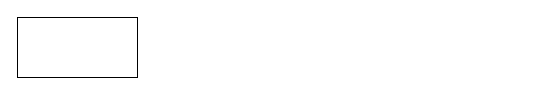
Above: OneID.drawio in fangshigithub/Draw (draw.io), before the change. Source tidied: cells renumbered, new cells numbered last; positions are measured from the earlier drawing's top-left corner, leaving out a move shared by most shapes. Both pictures are drawn from the tidied source at 100%, with x=0, y=0 at pixel (17, 17).
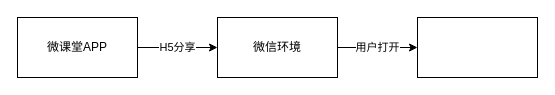
The same page after the edit.

Diff of the diagram source:
```diff
@@
 <mxGraphModel>
   <root>
     <mxCell id="0" />
     <mxCell id="1" parent="0" />
+    <mxCell id="3" value="H5分享" style="edgeStyle=orthogonalEdgeStyle;rounded=0;jettySize=auto;html=1;" parent="1" edge="1" source="2" target="5">
+      <mxGeometry relative="1" as="geometry" />
+    </mxCell>
-    <mxCell id="2" style="rounded=0;whiteSpace=wrap;html=1;" parent="1" vertex="1">
+    <mxCell id="2" value="微课堂APP" style="rounded=0;whiteSpace=wrap;html=1;" parent="1" vertex="1">
       <mxGeometry width="120" height="60" as="geometry" />
     </mxCell>
+    <mxCell id="4" value="用户打开" style="edgeStyle=orthogonalEdgeStyle;rounded=0;jettySize=auto;html=1;" parent="1" edge="1" source="5" target="6">
+      <mxGeometry relative="1" as="geometry" />
+    </mxCell>
+    <mxCell id="5" value="微信环境" style="rounded=0;whiteSpace=wrap;html=1;" parent="1" vertex="1">
+      <mxGeometry x="200" width="120" height="60" as="geometry" />
+    </mxCell>
+    <mxCell id="6" style="whiteSpace=wrap;html=1;rounded=0;" parent="1" vertex="1">
+      <mxGeometry x="400" width="120" height="60" as="geometry" />
+    </mxCell>
   </root>
 </mxGraphModel>
```
